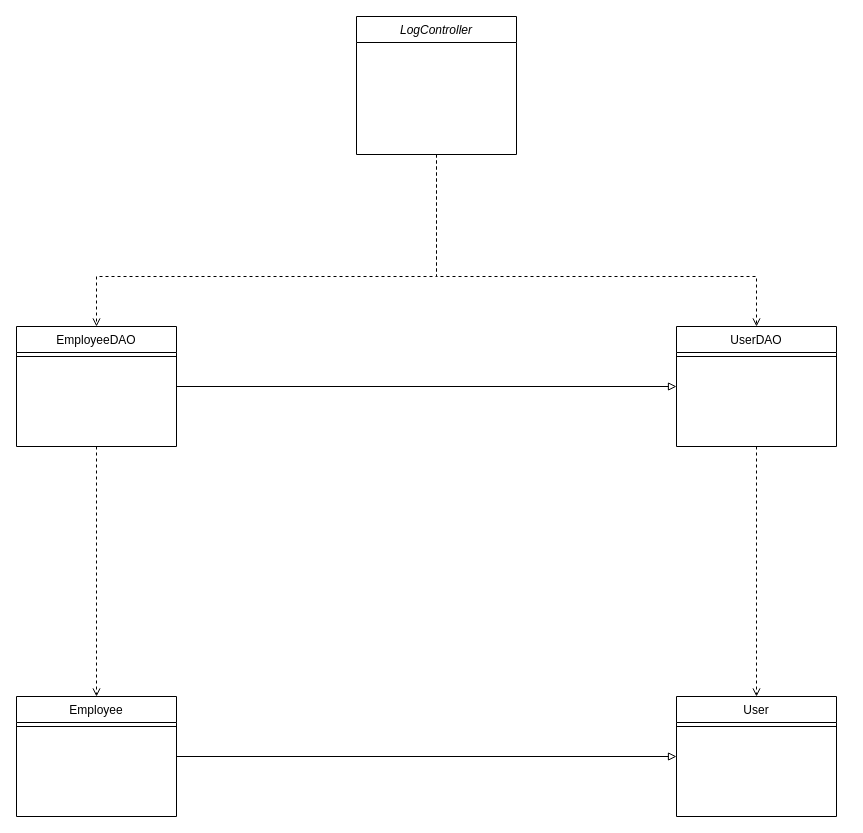
Earlier version of the draw.io diagram document/SDS/7.Function_Login/Class_Diagram/Login_Class_Diagram.drawio (QuocZuong/perfume-store). Source tidied: cells renumbered, new cells numbered last; positions are measured from the earlier drawing's top-left corner, leaving out a move shared by most shapes. Both pictures are drawn from the tidied source at 100%, with x=0, y=0 at pixel (16, 16).
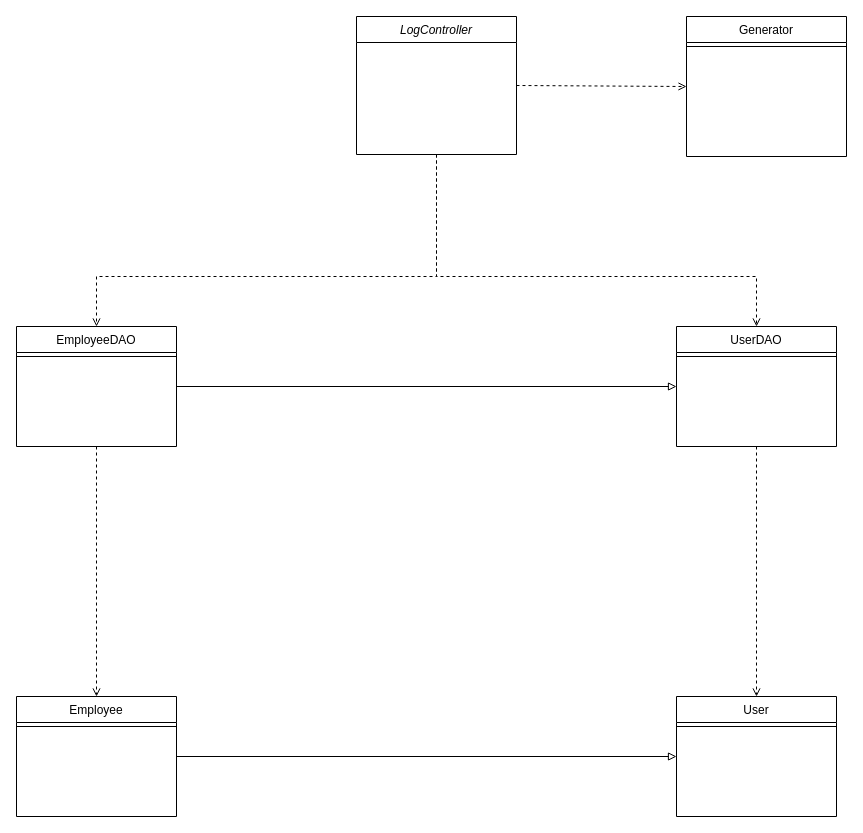
Above is the later version.

Unchanged cells that the change refers to:
```xml
<mxCell id="2" value="LogController" style="swimlane;fontStyle=2;align=center;verticalAlign=top;horizontal=1;startSize=26;rounded=0;shadow=0;strokeWidth=1;" parent="1" vertex="1">
  <mxGeometry x="340" width="160" height="138" as="geometry" />
</mxCell>
```

Diff of the diagram source:
```diff
@@
+    <mxCell id="17" value="Generator" style="swimlane;fontStyle=0;align=center;verticalAlign=top;horizontal=1;startSize=26;rounded=0;shadow=0;strokeWidth=1;" parent="1" vertex="1">
+      <mxGeometry x="670" width="160" height="140" as="geometry" />
+    </mxCell>
+    <mxCell id="18" style="line;html=1;strokeWidth=1;align=left;verticalAlign=middle;spacingTop=-1;spacingLeft=3;spacingRight=3;labelPosition=right;" parent="17" vertex="1">
+      <mxGeometry y="26" width="160" height="8" as="geometry" />
+    </mxCell>
+    <mxCell id="19" style="endArrow=open;html=1;rounded=0;entryX=0;entryY=0.5;entryDx=0;entryDy=0;exitX=1;exitY=0.5;exitDx=0;exitDy=0;dashed=1;endFill=0;" parent="1" edge="1" source="2" target="17">
+      <mxGeometry relative="1" as="geometry" />
+    </mxCell>
```
